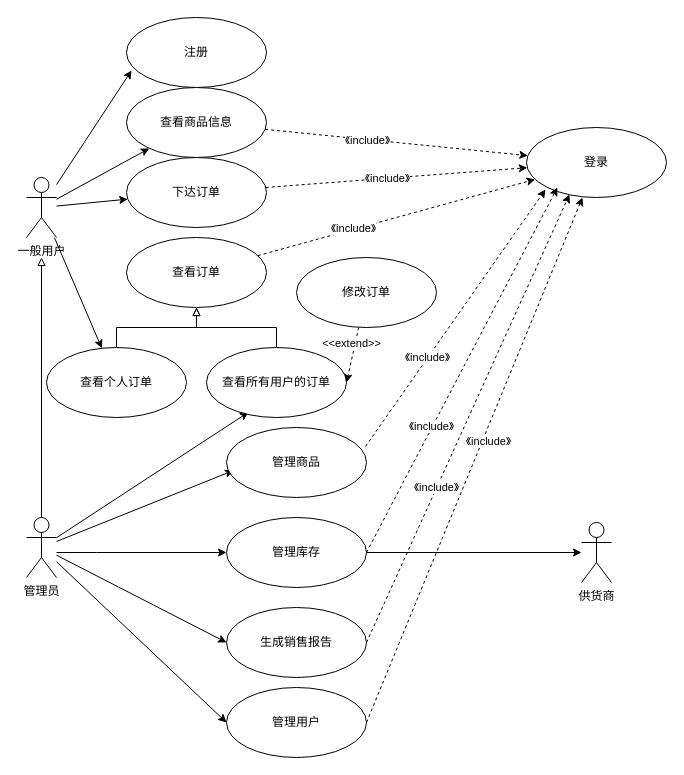
Above: 新教超用例图.drawio in slothfulviewer/slothfulviewer (draw.io), before the change. Source tidied: cells renumbered, new cells numbered last; positions are measured from the earlier drawing's top-left corner, leaving out a move shared by most shapes. Both pictures are drawn from the tidied source at 100%, with x=0, y=0 at pixel (26, 17).
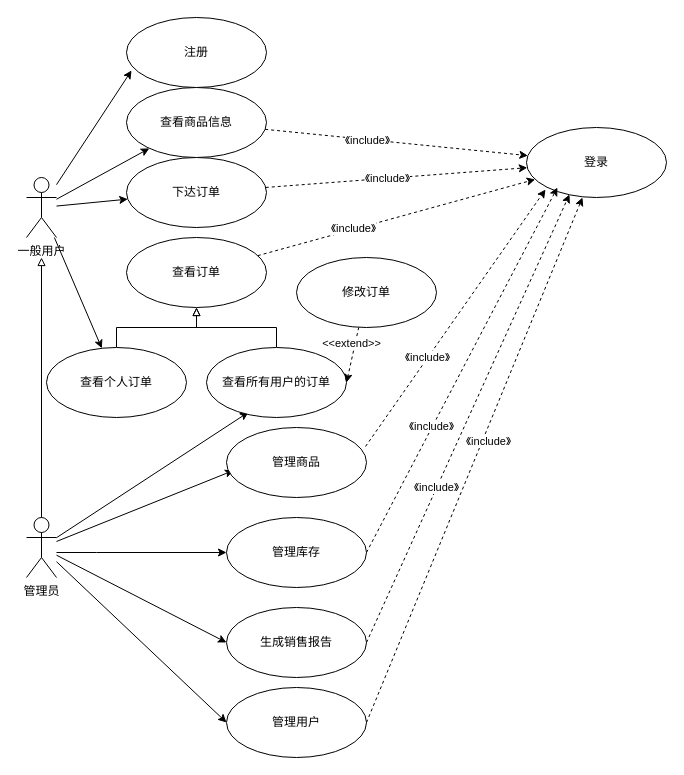
The same page after the edit.

Commit message (it also covers changes not shown here):
Update 新教超用例图.drawio

The change refers to these unchanged cells:
```xml
<mxCell id="33" value="管理库存" style="ellipse;whiteSpace=wrap;html=1;" parent="1" vertex="1">
  <mxGeometry x="200" y="500" width="140" height="70" as="geometry" />
</mxCell>
```

Change to the diagram source:
```diff
@@
-    <mxCell id="32" style="rounded=0;jettySize=auto;html=1;endArrow=classic;endFill=1;" parent="1" edge="1" source="33" target="34">
-      <mxGeometry relative="1" as="geometry" />
-    </mxCell>
@@
-    <mxCell id="34" value="供货商" style="shape=umlActor;verticalLabelPosition=bottom;verticalAlign=top;html=1;" parent="1" vertex="1">
-      <mxGeometry x="555" y="505" width="30" height="60" as="geometry" />
-    </mxCell>
```
